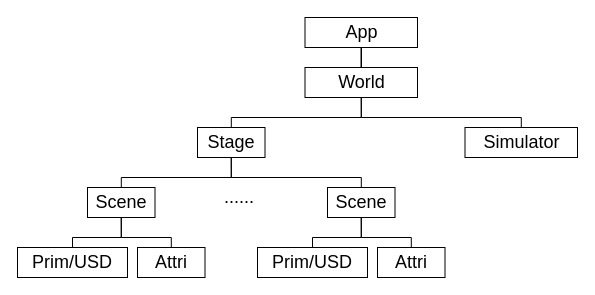
Above: source/figures/robotics/isaac_sim_note/isaac_sim_core_api_graph.drawio in wty-yy/Blog-SourceCode (draw.io), before the change. Source tidied: cells renumbered, new cells numbered last; positions are measured from the earlier drawing's top-left corner, leaving out a move shared by most shapes. Both pictures are drawn from the tidied source at 100%, with x=0, y=0 at pixel (17, 17).
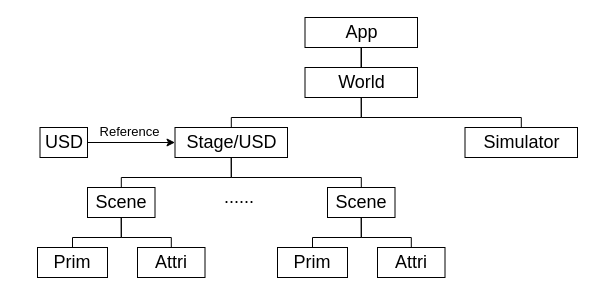
The same diagram, later.

What changed in the source:
```diff
@@
-    <mxCell id="3" value="&lt;font face=&quot;CaskaydiaCove Nerd Font&quot; style=&quot;font-size: 18px;&quot;&gt;Prim/USD&lt;/font&gt;" style="whiteSpace=wrap;html=1;" parent="1" vertex="1">
-      <mxGeometry y="230" width="110" height="30" as="geometry" />
+    <mxCell id="3" value="&lt;font face=&quot;CaskaydiaCove Nerd Font&quot; style=&quot;font-size: 18px;&quot;&gt;Prim&lt;/font&gt;" style="whiteSpace=wrap;html=1;" parent="1" vertex="1">
+      <mxGeometry x="20" y="230" width="70" height="30" as="geometry" />
     </mxCell>
@@
-    <mxCell id="9" value="&lt;font face=&quot;CaskaydiaCove Nerd Font&quot; style=&quot;font-size: 18px;&quot;&gt;Prim/USD&lt;/font&gt;" style="whiteSpace=wrap;html=1;" parent="1" vertex="1">
-      <mxGeometry x="240" y="230" width="110" height="30" as="geometry" />
+    <mxCell id="9" value="&lt;font face=&quot;CaskaydiaCove Nerd Font&quot; style=&quot;font-size: 18px;&quot;&gt;Prim&lt;/font&gt;" style="whiteSpace=wrap;html=1;" parent="1" vertex="1">
+      <mxGeometry x="260" y="230" width="70" height="30" as="geometry" />
     </mxCell>
@@
-    <mxCell id="16" value="&lt;font face=&quot;CaskaydiaCove Nerd Font&quot; style=&quot;font-size: 18px;&quot;&gt;Stage&lt;/font&gt;" style="whiteSpace=wrap;html=1;" parent="1" vertex="1">
-      <mxGeometry x="180" y="110" width="67.5" height="30" as="geometry" />
+    <mxCell id="16" value="&lt;font face=&quot;CaskaydiaCove Nerd Font&quot; style=&quot;font-size: 18px;&quot;&gt;Stage&lt;/font&gt;&lt;span style=&quot;font-family: &amp;quot;CaskaydiaCove Nerd Font&amp;quot;; font-size: 18px;&quot;&gt;/USD&lt;/span&gt;" style="whiteSpace=wrap;html=1;" parent="1" vertex="1">
+      <mxGeometry x="157.5" y="110" width="112.5" height="30" as="geometry" />
     </mxCell>
@@
+    <mxCell id="22" style="edgeStyle=orthogonalEdgeStyle;rounded=0;jettySize=auto;html=1;entryX=0;entryY=0.5;entryDx=0;entryDy=0;" parent="1" edge="1" source="24" target="16">
+      <mxGeometry relative="1" as="geometry" />
+    </mxCell>
+    <mxCell id="23" value="&lt;font face=&quot;CaskaydiaCove Nerd Font&quot; style=&quot;font-size: 13px;&quot;&gt;Reference&lt;/font&gt;" style="edgeLabel;html=1;align=center;verticalAlign=middle;" parent="22" vertex="1">
+      <mxGeometry x="-0.28" y="2" relative="1" as="geometry">
+        <mxPoint x="9" y="-10" as="offset" />
+      </mxGeometry>
+    </mxCell>
+    <mxCell id="24" value="&lt;span style=&quot;font-family: &amp;quot;CaskaydiaCove Nerd Font&amp;quot;; font-size: 18px;&quot;&gt;USD&lt;/span&gt;" style="whiteSpace=wrap;html=1;" parent="1" vertex="1">
+      <mxGeometry x="22.5" y="110" width="47.5" height="30" as="geometry" />
+    </mxCell>
```
